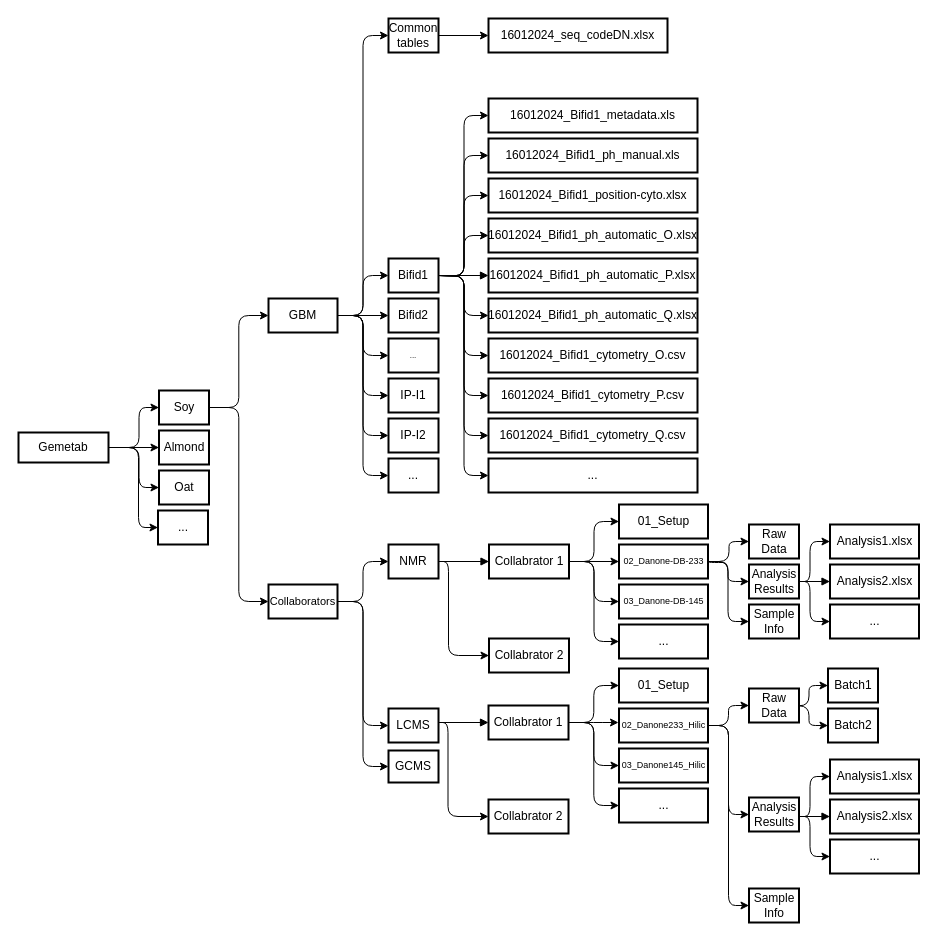
Earlier version of the draw.io diagram Diagramme sans nom.drawio (Yoseko/first_streamlit_app). Source tidied: cells renumbered, new cells numbered last; positions are measured from the earlier drawing's top-left corner, leaving out a move shared by most shapes. Both pictures are drawn from the tidied source at 100%, with x=0, y=0 at pixel (18, 18).
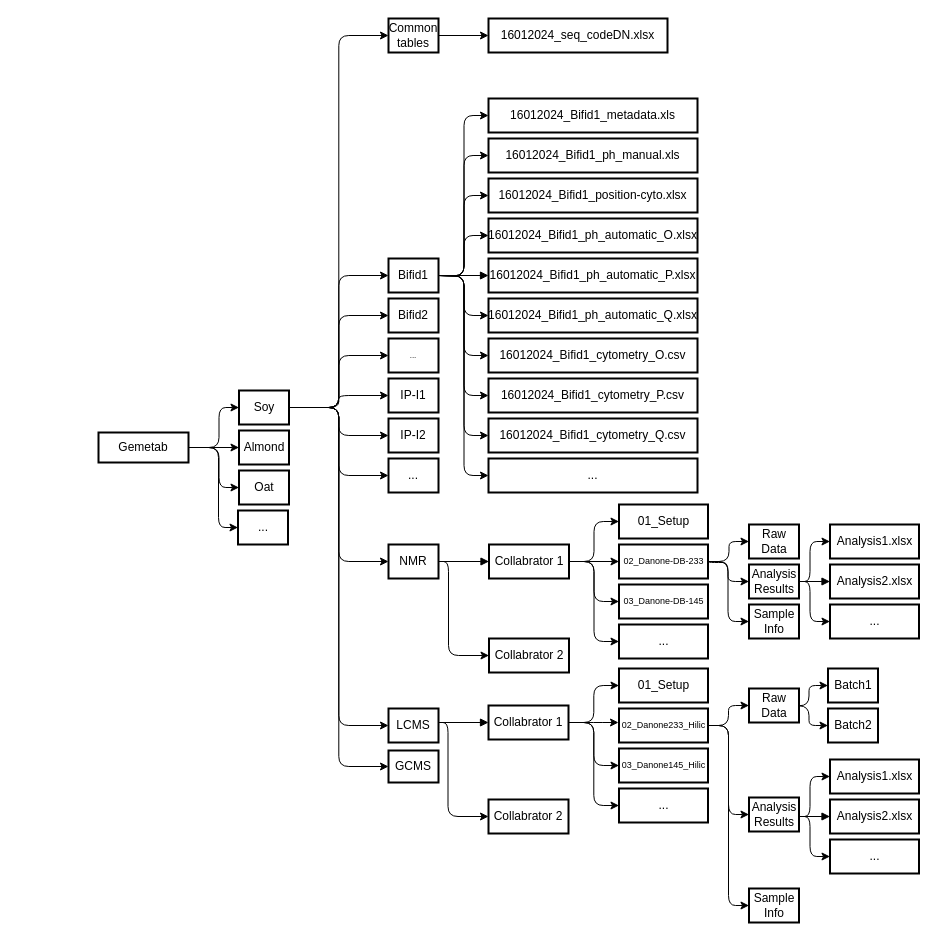
The same page after the edit.

Unchanged cells that the change refers to:
```xml
<mxCell id="24" value="NMR" style="whiteSpace=wrap;strokeWidth=2;" parent="1" vertex="1">
  <mxGeometry x="370" y="526" width="50" height="34" as="geometry" />
</mxCell>
<mxCell id="25" value="LCMS" style="whiteSpace=wrap;strokeWidth=2;" parent="1" vertex="1">
  <mxGeometry x="370" y="690" width="50" height="34" as="geometry" />
</mxCell>
<mxCell id="26" value="GCMS" style="whiteSpace=wrap;strokeWidth=2;" parent="1" vertex="1">
  <mxGeometry x="370" y="732" width="50" height="32" as="geometry" />
</mxCell>
<mxCell id="28" value="Bifid1" style="whiteSpace=wrap;strokeWidth=2;" parent="1" vertex="1">
  <mxGeometry x="370" y="240" width="50" height="34" as="geometry" />
</mxCell>
<mxCell id="29" value="Bifid2" style="whiteSpace=wrap;strokeWidth=2;fontSize=12;" parent="1" vertex="1">
  <mxGeometry x="370" y="280" width="50" height="34" as="geometry" />
</mxCell>
<mxCell id="30" value="..." style="whiteSpace=wrap;strokeWidth=2;fontSize=8;" parent="1" vertex="1">
  <mxGeometry x="370" y="320" width="50" height="34" as="geometry" />
</mxCell>
<mxCell id="40" value="IP-I1" style="whiteSpace=wrap;strokeWidth=2;" parent="1" vertex="1">
  <mxGeometry x="370" y="360" width="50" height="34" as="geometry" />
</mxCell>
<mxCell id="69" value="..." style="whiteSpace=wrap;strokeWidth=2;" parent="1" vertex="1">
  <mxGeometry x="370" y="440" width="50" height="34" as="geometry" />
</mxCell>
<mxCell id="71" value="IP-I2" style="whiteSpace=wrap;strokeWidth=2;fontSize=12;" parent="1" vertex="1">
  <mxGeometry x="370" y="400" width="50" height="34" as="geometry" />
</mxCell>
<mxCell id="93" value="Common tables" style="whiteSpace=wrap;strokeWidth=2;" parent="1" vertex="1">
  <mxGeometry x="370" width="50" height="34" as="geometry" />
</mxCell>
```

Diff of the diagram source:
```diff
@@
-    <mxCell id="2" style="edgeStyle=orthogonalEdgeStyle;rounded=1;jettySize=auto;html=1;exitX=1;exitY=0.5;exitDx=0;exitDy=0;entryX=0;entryY=0.5;entryDx=0;entryDy=0;curved=0;" parent="1" edge="1" source="20" target="15">
-      <mxGeometry relative="1" as="geometry" />
-    </mxCell>
     <mxCell id="3" value="Gemetab" style="whiteSpace=wrap;strokeWidth=2;" parent="1" vertex="1">
-      <mxGeometry y="414" width="90" height="30" as="geometry" />
+      <mxGeometry x="80" y="414" width="90" height="30" as="geometry" />
     </mxCell>
     <mxCell id="4" style="edgeStyle=orthogonalEdgeStyle;rounded=0;jettySize=auto;html=1;exitX=1;exitY=0.5;exitDx=0;exitDy=0;entryX=0;entryY=0.5;entryDx=0;entryDy=0;" parent="1" edge="1" target="21">
       <mxGeometry relative="1" as="geometry">
-        <mxPoint x="110" y="429" as="sourcePoint" />
+        <mxPoint x="190" y="429" as="sourcePoint" />
       </mxGeometry>
     </mxCell>
     <mxCell id="5" style="edgeStyle=orthogonalEdgeStyle;rounded=1;jettySize=auto;html=1;entryX=0;entryY=0.5;entryDx=0;entryDy=0;curved=0;" parent="1" edge="1" target="20">
       <mxGeometry relative="1" as="geometry">
-        <mxPoint x="90" y="429" as="sourcePoint" />
+        <mxPoint x="170" y="429" as="sourcePoint" />
         <Array as="points">
-          <mxPoint x="120.5" y="429" />
-          <mxPoint x="120.5" y="389" />
+          <mxPoint x="200.5" y="429" />
+          <mxPoint x="200.5" y="389" />
         </Array>
       </mxGeometry>
     </mxCell>
     <mxCell id="6" style="edgeStyle=orthogonalEdgeStyle;rounded=1;jettySize=auto;html=1;entryX=0;entryY=0.5;entryDx=0;entryDy=0;curved=0;" parent="1" edge="1" target="22">
       <mxGeometry relative="1" as="geometry">
-        <mxPoint x="90" y="429" as="sourcePoint" />
+        <mxPoint x="170" y="429" as="sourcePoint" />
         <Array as="points">
-          <mxPoint x="120.5" y="429" />
-          <mxPoint x="120.5" y="469" />
+          <mxPoint x="200.5" y="429" />
+          <mxPoint x="200.5" y="469" />
         </Array>
       </mxGeometry>
     </mxCell>
     <mxCell id="7" style="edgeStyle=orthogonalEdgeStyle;rounded=1;jettySize=auto;html=1;exitX=1;exitY=0.5;exitDx=0;exitDy=0;entryX=0;entryY=0.5;entryDx=0;entryDy=0;curved=0;" parent="1" edge="1" source="3" target="42">
       <mxGeometry relative="1" as="geometry">
         <Array as="points">
-          <mxPoint x="120" y="429" />
-          <mxPoint x="120" y="509" />
+          <mxPoint x="200" y="429" />
+          <mxPoint x="200" y="509" />
         </Array>
       </mxGeometry>
     </mxCell>
-    <mxCell id="8" style="edgeStyle=orthogonalEdgeStyle;rounded=1;jettySize=auto;html=1;exitX=1;exitY=0.5;exitDx=0;exitDy=0;entryX=0;entryY=0.5;entryDx=0;entryDy=0;curved=0;" parent="1" edge="1" source="15" target="71">
-      <mxGeometry relative="1" as="geometry" />
-    </mxCell>
-    <mxCell id="9" style="edgeStyle=orthogonalEdgeStyle;rounded=1;jettySize=auto;html=1;exitX=1;exitY=0.5;exitDx=0;exitDy=0;entryX=0;entryY=0.5;entryDx=0;entryDy=0;curved=0;" parent="1" edge="1" source="15" target="28">
-      <mxGeometry relative="1" as="geometry" />
-    </mxCell>
-    <mxCell id="10" style="edgeStyle=orthogonalEdgeStyle;rounded=0;jettySize=auto;html=1;exitX=1;exitY=0.5;exitDx=0;exitDy=0;entryX=0;entryY=0.5;entryDx=0;entryDy=0;" parent="1" edge="1" source="15" target="29">
-      <mxGeometry relative="1" as="geometry" />
-    </mxCell>
-    <mxCell id="11" style="edgeStyle=orthogonalEdgeStyle;rounded=1;jettySize=auto;html=1;exitX=1;exitY=0.5;exitDx=0;exitDy=0;entryX=0;entryY=0.5;entryDx=0;entryDy=0;curved=0;" parent="1" edge="1" source="15" target="30">
-      <mxGeometry relative="1" as="geometry" />
-    </mxCell>
-    <mxCell id="12" style="edgeStyle=orthogonalEdgeStyle;rounded=1;jettySize=auto;html=1;exitX=1;exitY=0.5;exitDx=0;exitDy=0;entryX=0;entryY=0.5;entryDx=0;entryDy=0;curved=0;" parent="1" edge="1" source="15" target="40">
-      <mxGeometry relative="1" as="geometry" />
-    </mxCell>
-    <mxCell id="13" style="edgeStyle=orthogonalEdgeStyle;rounded=1;jettySize=auto;html=1;exitX=1;exitY=0.5;exitDx=0;exitDy=0;entryX=0;entryY=0.5;entryDx=0;entryDy=0;curved=0;" parent="1" edge="1" source="15" target="69">
-      <mxGeometry relative="1" as="geometry" />
-    </mxCell>
-    <mxCell id="14" style="edgeStyle=orthogonalEdgeStyle;rounded=1;jettySize=auto;html=1;exitX=1;exitY=0.5;exitDx=0;exitDy=0;entryX=0;entryY=0.5;entryDx=0;entryDy=0;curved=0;" parent="1" edge="1" source="15" target="93">
-      <mxGeometry relative="1" as="geometry" />
-    </mxCell>
-    <mxCell id="15" value="GBM" style="whiteSpace=wrap;strokeWidth=2;" parent="1" vertex="1">
-      <mxGeometry x="250" y="280" width="69" height="34" as="geometry" />
-    </mxCell>
-    <mxCell id="16" style="edgeStyle=orthogonalEdgeStyle;rounded=1;jettySize=auto;html=1;exitX=1;exitY=0.5;exitDx=0;exitDy=0;entryX=0;entryY=0.5;entryDx=0;entryDy=0;curved=0;" parent="1" edge="1" source="19" target="24">
-      <mxGeometry relative="1" as="geometry" />
-    </mxCell>
-    <mxCell id="17" style="edgeStyle=orthogonalEdgeStyle;rounded=1;jettySize=auto;html=1;exitX=1;exitY=0.5;exitDx=0;exitDy=0;entryX=0;entryY=0.5;entryDx=0;entryDy=0;curved=0;" parent="1" edge="1" source="19" target="25">
-      <mxGeometry relative="1" as="geometry" />
-    </mxCell>
-    <mxCell id="18" style="edgeStyle=orthogonalEdgeStyle;rounded=1;jettySize=auto;html=1;exitX=1;exitY=0.5;exitDx=0;exitDy=0;entryX=0;entryY=0.5;entryDx=0;entryDy=0;curved=0;" parent="1" edge="1" source="19" target="26">
-      <mxGeometry relative="1" as="geometry" />
-    </mxCell>
-    <mxCell id="19" value="Collaborators" style="whiteSpace=wrap;strokeWidth=2;fontSize=11;" parent="1" vertex="1">
-      <mxGeometry x="250" y="566" width="69" height="34" as="geometry" />
-    </mxCell>
+    <mxCell id="110" style="edgeStyle=orthogonalEdgeStyle;rounded=1;jettySize=auto;html=1;exitX=1;exitY=0.5;exitDx=0;exitDy=0;entryX=0;entryY=0.5;entryDx=0;entryDy=0;curved=0;" parent="1" edge="1" source="20" target="29">
+      <mxGeometry relative="1" as="geometry" />
+    </mxCell>
+    <mxCell id="111" style="edgeStyle=orthogonalEdgeStyle;rounded=1;jettySize=auto;html=1;exitX=1;exitY=0.5;exitDx=0;exitDy=0;entryX=0;entryY=0.5;entryDx=0;entryDy=0;curved=0;" parent="1" edge="1" source="20" target="24">
+      <mxGeometry relative="1" as="geometry" />
+    </mxCell>
+    <mxCell id="112" style="edgeStyle=orthogonalEdgeStyle;rounded=1;jettySize=auto;html=1;exitX=1;exitY=0.5;exitDx=0;exitDy=0;entryX=0;entryY=0.5;entryDx=0;entryDy=0;curved=0;" parent="1" edge="1" source="20" target="25">
+      <mxGeometry relative="1" as="geometry" />
+    </mxCell>
+    <mxCell id="113" style="edgeStyle=orthogonalEdgeStyle;rounded=1;jettySize=auto;html=1;exitX=1;exitY=0.5;exitDx=0;exitDy=0;entryX=0;entryY=0.5;entryDx=0;entryDy=0;curved=0;" parent="1" edge="1" source="20" target="26">
+      <mxGeometry relative="1" as="geometry" />
+    </mxCell>
+    <mxCell id="114" style="edgeStyle=orthogonalEdgeStyle;rounded=1;jettySize=auto;html=1;exitX=1;exitY=0.5;exitDx=0;exitDy=0;entryX=0;entryY=0.5;entryDx=0;entryDy=0;curved=0;" parent="1" edge="1" source="20" target="93">
+      <mxGeometry relative="1" as="geometry" />
+    </mxCell>
+    <mxCell id="115" style="edgeStyle=orthogonalEdgeStyle;rounded=1;jettySize=auto;html=1;exitX=1;exitY=0.5;exitDx=0;exitDy=0;entryX=0;entryY=0.5;entryDx=0;entryDy=0;curved=0;" parent="1" edge="1" source="20" target="28">
+      <mxGeometry relative="1" as="geometry" />
+    </mxCell>
+    <mxCell id="116" style="edgeStyle=orthogonalEdgeStyle;rounded=1;jettySize=auto;html=1;exitX=1;exitY=0.5;exitDx=0;exitDy=0;entryX=0;entryY=0.5;entryDx=0;entryDy=0;curved=0;" parent="1" edge="1" source="20" target="71">
+      <mxGeometry relative="1" as="geometry" />
+    </mxCell>
+    <mxCell id="117" style="edgeStyle=orthogonalEdgeStyle;rounded=1;jettySize=auto;html=1;exitX=1;exitY=0.5;exitDx=0;exitDy=0;entryX=0;entryY=0.5;entryDx=0;entryDy=0;curved=0;" parent="1" edge="1" source="20" target="69">
+      <mxGeometry relative="1" as="geometry" />
+    </mxCell>
+    <mxCell id="118" style="edgeStyle=orthogonalEdgeStyle;rounded=1;jettySize=auto;html=1;exitX=1;exitY=0.5;exitDx=0;exitDy=0;curved=0;" parent="1" edge="1" source="20" target="40">
+      <mxGeometry relative="1" as="geometry" />
+    </mxCell>
+    <mxCell id="119" style="edgeStyle=orthogonalEdgeStyle;rounded=1;jettySize=auto;html=1;exitX=1;exitY=0.5;exitDx=0;exitDy=0;entryX=0;entryY=0.5;entryDx=0;entryDy=0;curved=0;" parent="1" edge="1" source="20" target="30">
+      <mxGeometry relative="1" as="geometry" />
+    </mxCell>
     <mxCell id="20" value="Soy" style="whiteSpace=wrap;strokeWidth=2;" parent="1" vertex="1">
-      <mxGeometry x="140.5" y="372" width="50" height="34" as="geometry" />
+      <mxGeometry x="220.5" y="372" width="50" height="34" as="geometry" />
     </mxCell>
     <mxCell id="21" value="Almond" style="whiteSpace=wrap;strokeWidth=2;" parent="1" vertex="1">
-      <mxGeometry x="140.5" y="412" width="50" height="34" as="geometry" />
+      <mxGeometry x="220.5" y="412" width="50" height="34" as="geometry" />
     </mxCell>
     <mxCell id="22" value="Oat" style="whiteSpace=wrap;strokeWidth=2;" parent="1" vertex="1">
-      <mxGeometry x="140.5" y="452" width="50" height="34" as="geometry" />
+      <mxGeometry x="220.5" y="452" width="50" height="34" as="geometry" />
     </mxCell>
@@
     <mxCell id="42" value="..." style="whiteSpace=wrap;strokeWidth=2;" parent="1" vertex="1">
-      <mxGeometry x="139.5" y="492" width="50" height="34" as="geometry" />
+      <mxGeometry x="219.5" y="492" width="50" height="34" as="geometry" />
     </mxCell>
@@
-    <mxCell id="70" style="edgeStyle=orthogonalEdgeStyle;rounded=1;jettySize=auto;html=1;exitX=1;exitY=0.5;exitDx=0;exitDy=0;curved=0;entryX=0;entryY=0.5;entryDx=0;entryDy=0;" parent="1" edge="1" source="20" target="19">
-      <mxGeometry relative="1" as="geometry" />
-    </mxCell>
```
